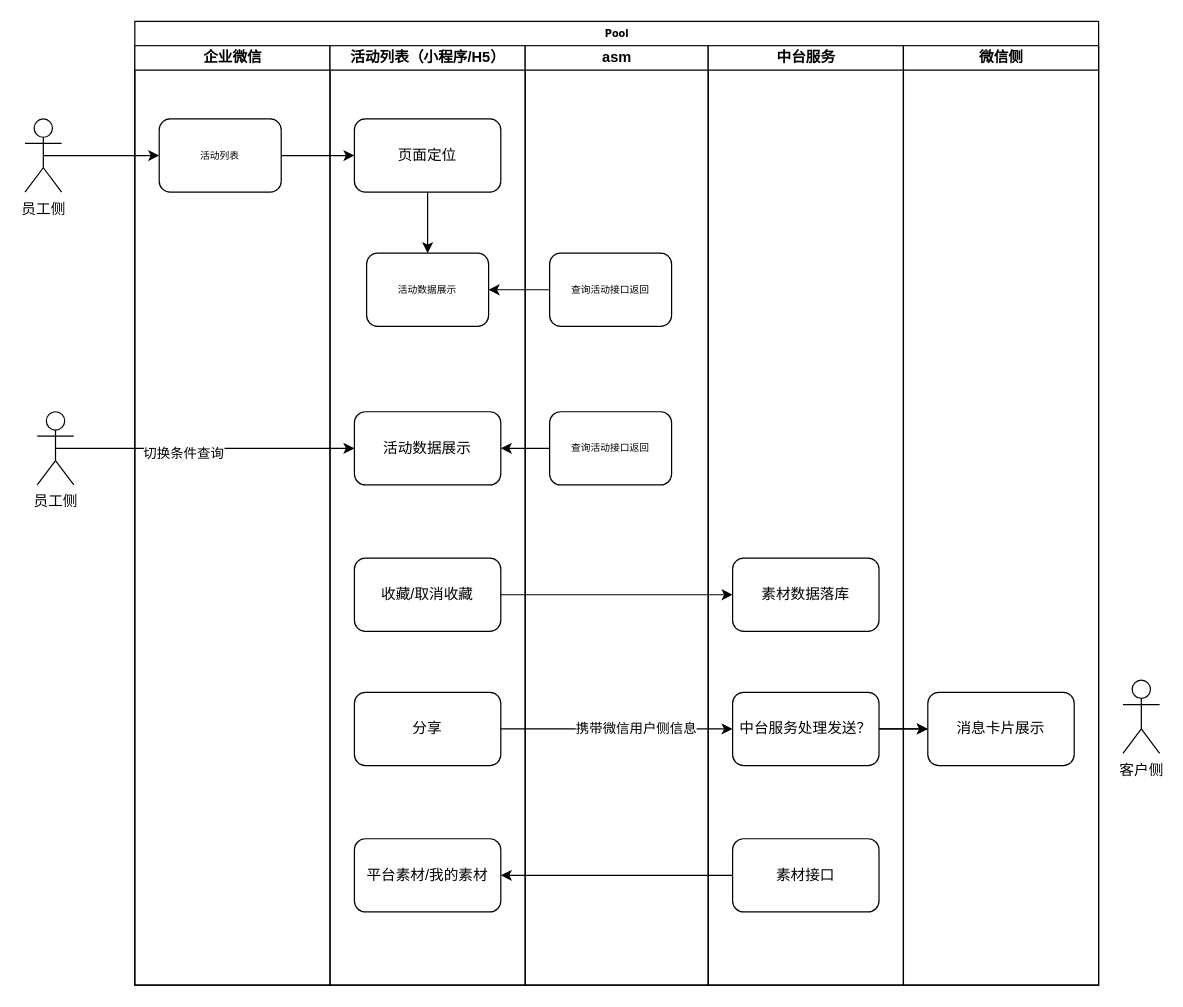
Before: 企业微信-活动列表.drawio in ThinkHuang/diagram, a draw.io diagram. Source tidied: cells renumbered, new cells numbered last; positions are measured from the earlier drawing's top-left corner, leaving out a move shared by most shapes. Both pictures are drawn from the tidied source at 122%, with x=0, y=0 at pixel (24, 21).
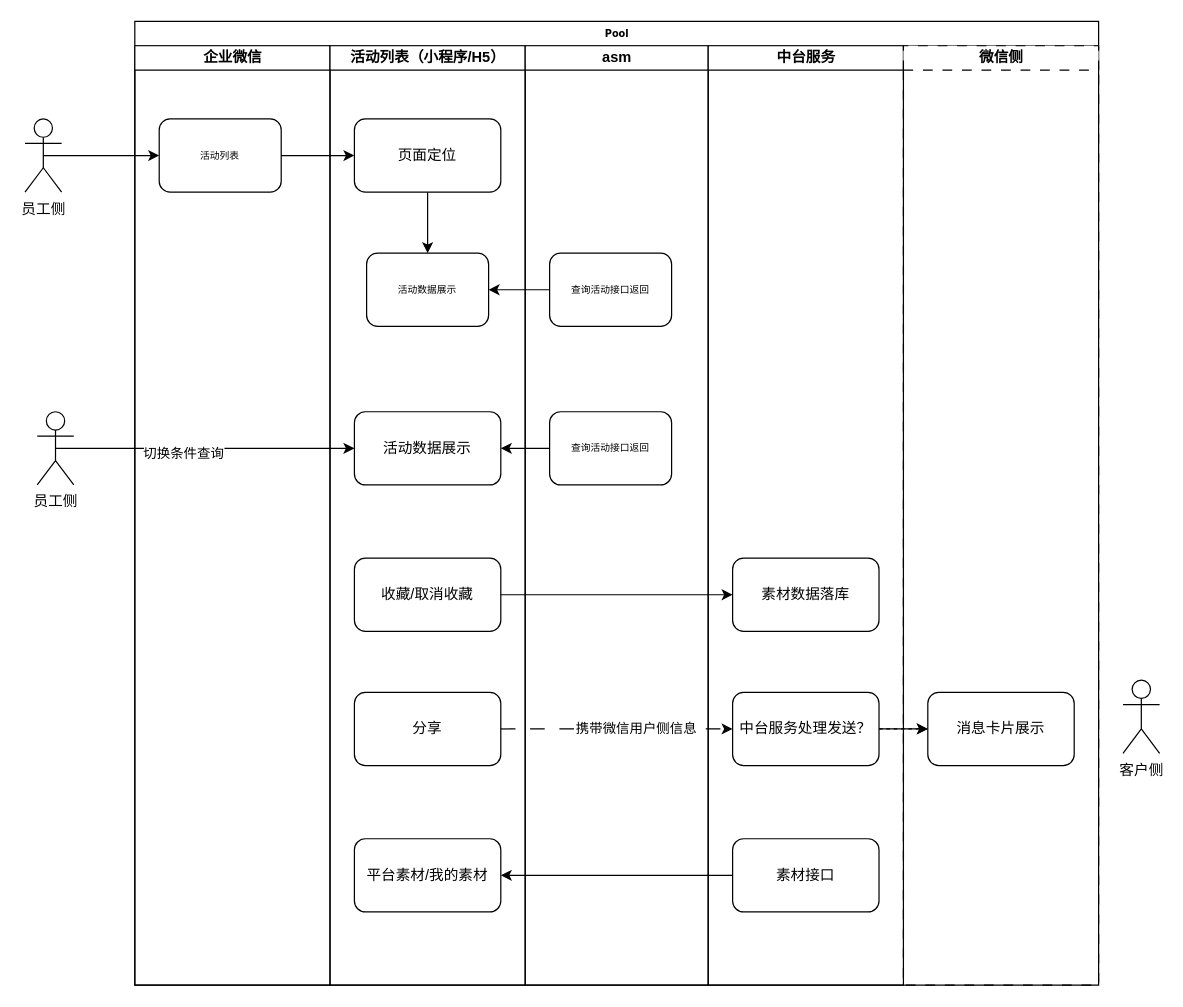
After the change.

Commit message (it also covers changes not shown here):
更新企业微信-活动列表.drawio

Unchanged cells that the change refers to:
```xml
<mxCell id="2" value="Pool" style="swimlane;html=1;startSize=20;rounded=0;shadow=0;labelBackgroundColor=none;strokeWidth=1;fontFamily=Verdana;fontSize=8;align=center;" parent="1" vertex="1">
  <mxGeometry x="90" width="790" height="790" as="geometry" />
</mxCell>
<mxCell id="11" value="分享" style="rounded=1;whiteSpace=wrap;html=1;" parent="5" vertex="1">
  <mxGeometry x="20" y="530" width="120" height="60" as="geometry" />
</mxCell>
<mxCell id="21" value="中台服务处理发送？" style="rounded=1;whiteSpace=wrap;html=1;" parent="19" vertex="1">
  <mxGeometry x="20" y="530" width="120" height="60" as="geometry" />
</mxCell>
<mxCell id="25" value="消息卡片展示" style="rounded=1;whiteSpace=wrap;html=1;" parent="24" vertex="1">
  <mxGeometry x="20" y="530" width="120" height="60" as="geometry" />
</mxCell>
```

Change to the diagram source:
```diff
@@
-    <mxCell id="24" value="微信侧" style="swimlane;html=1;startSize=20;" parent="2" vertex="1">
+    <mxCell id="24" value="微信侧" style="swimlane;html=1;startSize=20;dashed=1;dashPattern=8 8;" parent="2" vertex="1">
       <mxGeometry x="630" y="20" width="160" height="770" as="geometry" />
     </mxCell>
@@
-    <mxCell id="26" style="edgeStyle=orthogonalEdgeStyle;rounded=0;jettySize=auto;html=1;exitX=1;exitY=0.5;exitDx=0;exitDy=0;entryX=0;entryY=0.5;entryDx=0;entryDy=0;labelBorderColor=default;" parent="2" edge="1" source="11" target="21">
+    <mxCell id="26" style="edgeStyle=orthogonalEdgeStyle;rounded=0;jettySize=auto;html=1;exitX=1;exitY=0.5;exitDx=0;exitDy=0;entryX=0;entryY=0.5;entryDx=0;entryDy=0;labelBorderColor=default;dashed=1;dashPattern=12 12;" parent="2" edge="1" source="11" target="21">
       <mxGeometry relative="1" as="geometry" />
     </mxCell>
@@
-    <mxCell id="29" style="edgeStyle=orthogonalEdgeStyle;rounded=0;jettySize=auto;html=1;" parent="2" edge="1" source="21" target="25">
+    <mxCell id="29" style="edgeStyle=orthogonalEdgeStyle;jettySize=auto;html=1;dashed=1;rounded=0;" parent="2" edge="1" source="21" target="25">
       <mxGeometry relative="1" as="geometry" />
     </mxCell>
```
